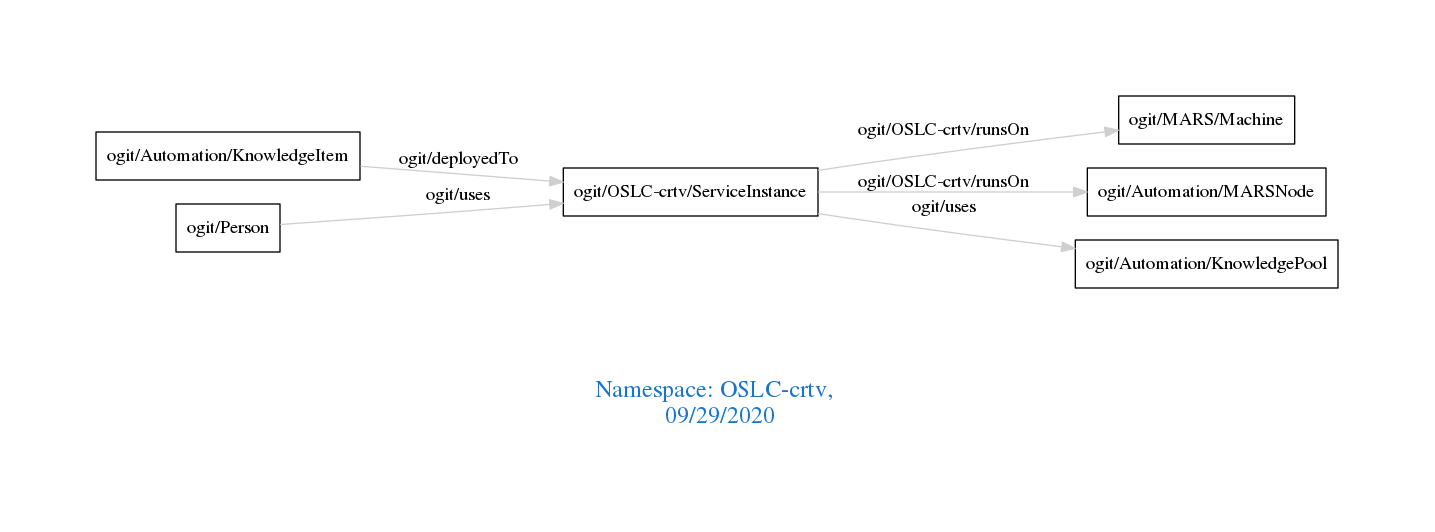
Before: downloads/OSLC-crtv.png, a diagram exported from Graphviz (arago/OGIT). Its source is kept beside it as downloads/OSLC-crtv.dot.
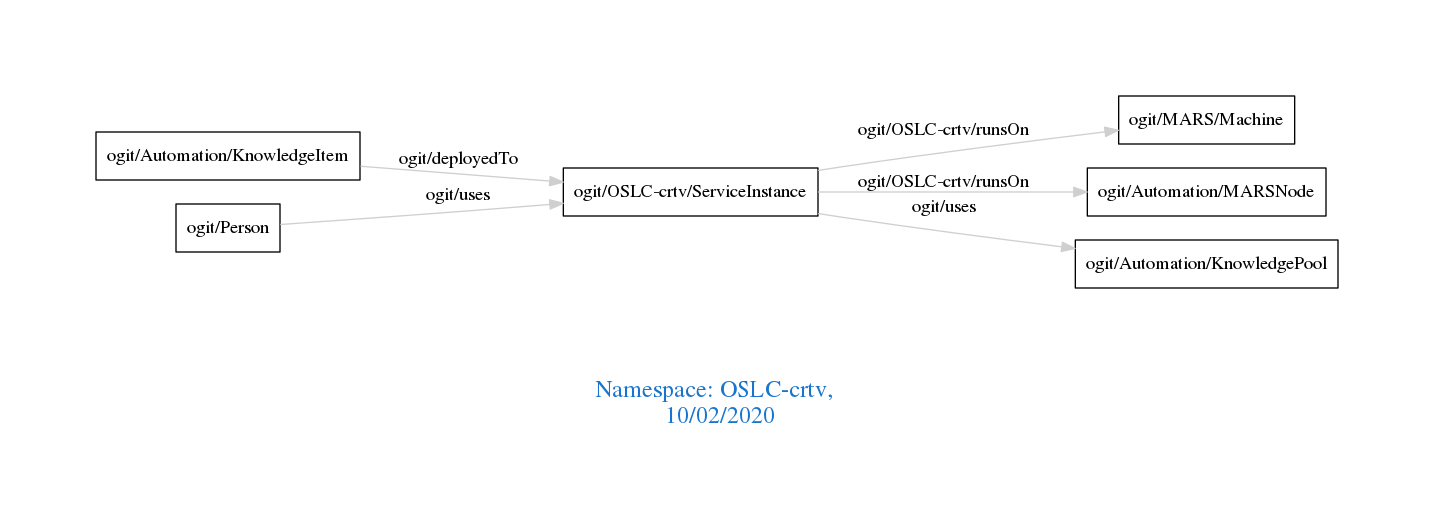
Later version of the same file.

Change to the diagram source:
```diff
@@ -1,7 +1,7 @@
 digraph OGIT_ontology {
  graph [ rankdir= LR,pad=1
 fontsize = 18,
-fontcolor= dodgerblue3,label = "\n\n\nNamespace: OSLC-crtv, \n 09/29/2020"];
+fontcolor= dodgerblue3,label = "\n\n\nNamespace: OSLC-crtv, \n 10/02/2020"];
 node[shape=polygon];
 edge [  color="gray81"];
 
```
